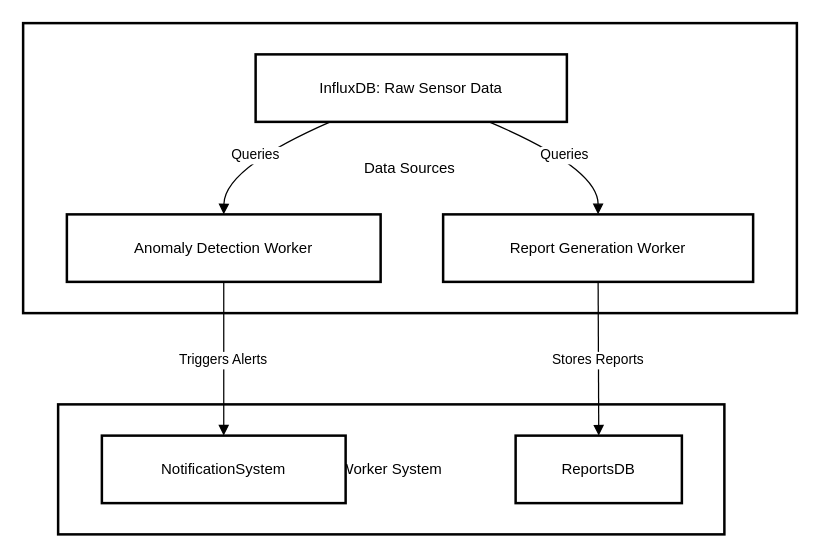
The draw.io diagram data_churner_fleet/data_churners_diagram.drawio in jbunyadzade/SmartInfrastructureDesign, before the edit. Source tidied: cells renumbered, new cells numbered last; positions are measured from the earlier drawing's top-left corner, leaving out a move shared by most shapes. Both pictures are drawn from the tidied source at 125%, with x=0, y=0 at pixel (22, 22).
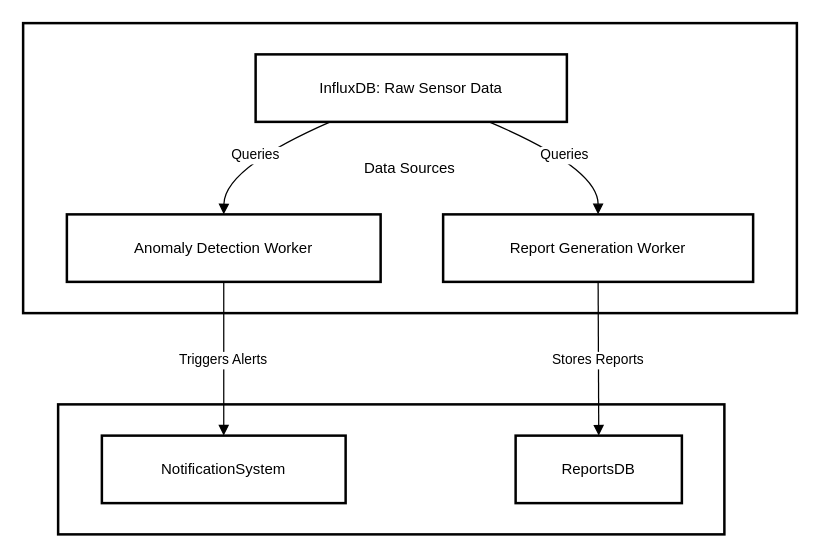
After the change.

Diff of the diagram source:
```diff
@@
 <mxGraphModel>
   <root>
     <mxCell id="0" />
     <mxCell id="1" parent="0" />
-    <mxCell id="2" value="Worker System" style="whiteSpace=wrap;strokeWidth=2;" parent="1" vertex="1">
+    <mxCell id="2" style="whiteSpace=wrap;strokeWidth=2;" parent="1" vertex="1">
       <mxGeometry x="28" y="305" width="533" height="104" as="geometry" />
     </mxCell>
     <mxCell id="3" value="Data Sources" style="whiteSpace=wrap;strokeWidth=2;" parent="1" vertex="1">
       <mxGeometry width="619" height="232" as="geometry" />
     </mxCell>
     <mxCell id="4" value="InfluxDB: Raw Sensor Data" style="whiteSpace=wrap;strokeWidth=2;" parent="1" vertex="1">
       <mxGeometry x="186" y="25" width="249" height="54" as="geometry" />
     </mxCell>
     <mxCell id="5" value="Anomaly Detection Worker" style="whiteSpace=wrap;strokeWidth=2;" parent="1" vertex="1">
       <mxGeometry x="35" y="153" width="251" height="54" as="geometry" />
     </mxCell>
     <mxCell id="6" value="Report Generation Worker" style="whiteSpace=wrap;strokeWidth=2;" parent="1" vertex="1">
       <mxGeometry x="336" y="153" width="248" height="54" as="geometry" />
     </mxCell>
     <mxCell id="7" value="NotificationSystem" style="whiteSpace=wrap;strokeWidth=2;" parent="1" vertex="1">
       <mxGeometry x="63" y="330" width="195" height="54" as="geometry" />
     </mxCell>
     <mxCell id="8" value="ReportsDB" style="whiteSpace=wrap;strokeWidth=2;" parent="1" vertex="1">
       <mxGeometry x="394" y="330" width="133" height="54" as="geometry" />
     </mxCell>
     <mxCell id="9" value="Queries" style="curved=1;startArrow=none;endArrow=block;exitX=0.24;exitY=1;entryX=0.5;entryY=-0.01;rounded=0;" parent="1" edge="1" source="4" target="5">
       <mxGeometry relative="1" as="geometry">
         <Array as="points">
           <mxPoint x="161" y="116" />
         </Array>
       </mxGeometry>
     </mxCell>
     <mxCell id="10" value="Queries" style="curved=1;startArrow=none;endArrow=block;exitX=0.75;exitY=1;entryX=0.5;entryY=-0.01;rounded=0;" parent="1" edge="1" source="4" target="6">
       <mxGeometry relative="1" as="geometry">
         <Array as="points">
           <mxPoint x="460" y="116" />
         </Array>
       </mxGeometry>
     </mxCell>
     <mxCell id="11" value="Triggers Alerts" style="curved=1;startArrow=none;endArrow=block;exitX=0.5;exitY=0.99;entryX=0.5;entryY=0;rounded=0;" parent="1" edge="1" source="5" target="7">
       <mxGeometry relative="1" as="geometry" />
     </mxCell>
     <mxCell id="12" value="Stores Reports" style="curved=1;startArrow=none;endArrow=block;exitX=0.5;exitY=0.99;entryX=0.5;entryY=0;rounded=0;" parent="1" edge="1" source="6" target="8">
       <mxGeometry relative="1" as="geometry" />
     </mxCell>
   </root>
 </mxGraphModel>
```
